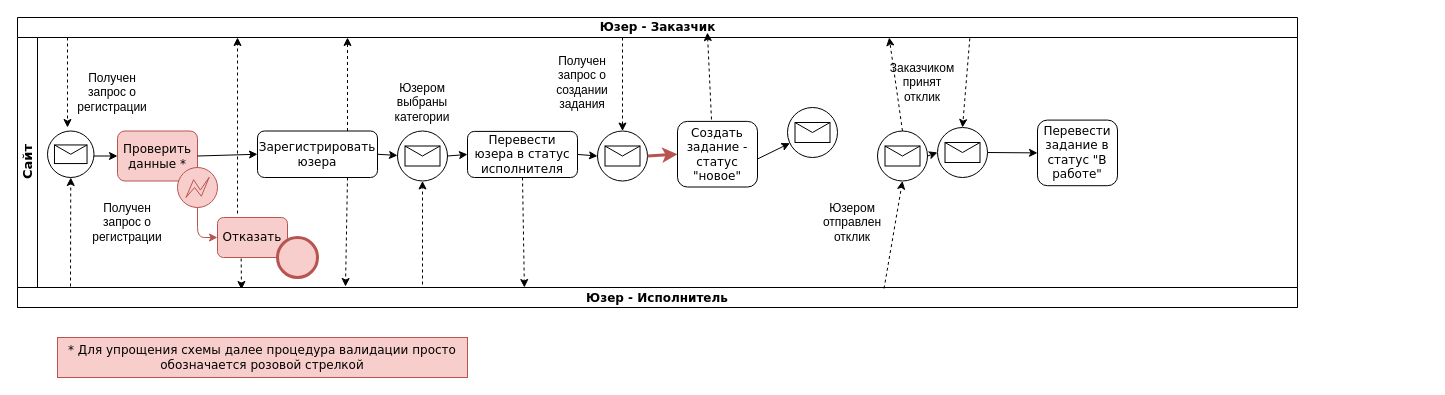
Earlier version of the draw.io diagram Untitled Diagram.drawio (htmlacademy-yii/1820637-task-force-1). Source tidied: cells renumbered, new cells numbered last; positions are measured from the earlier drawing's top-left corner, leaving out a move shared by most shapes. Both pictures are drawn from the tidied source at 100%, with x=0, y=0 at pixel (17, 17).
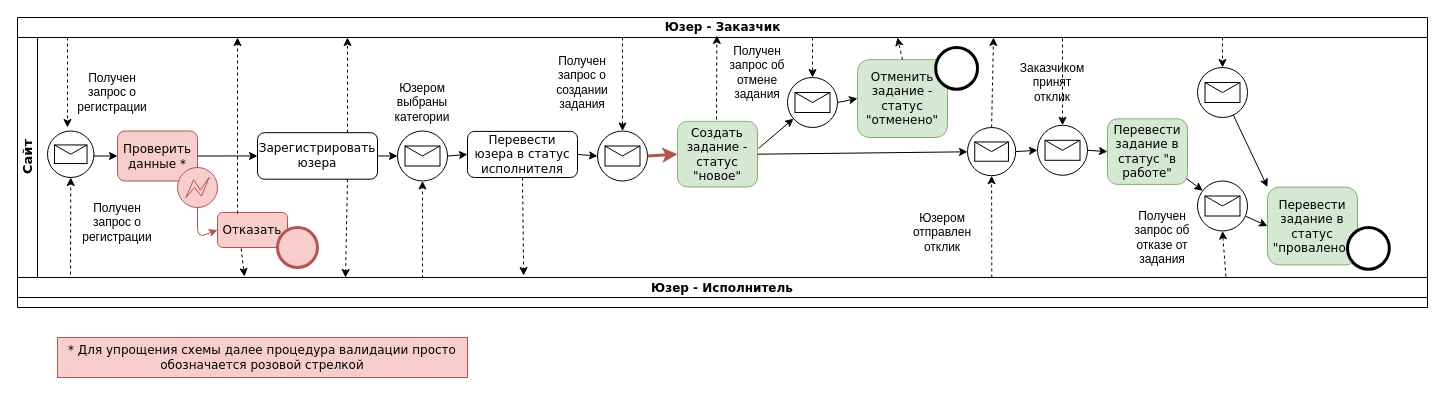
Above is the later version.

The change refers to these unchanged cells:
```xml
<mxCell id="20" value="Перевести юзера в статус исполнителя" style="rounded=1;whiteSpace=wrap;html=1;shadow=0;labelBackgroundColor=none;strokeWidth=1;fontFamily=Verdana;fontSize=12;align=center;" parent="6" vertex="1">
  <mxGeometry x="450" y="93.9" width="110" height="46.1" as="geometry" />
</mxCell>
```

The edit, as a diff of the source:
```diff
@@
     <mxCell id="2" value="&lt;font style=&quot;font-size: 12px&quot;&gt;Юзер - Заказчик&lt;/font&gt;" style="swimlane;html=1;horizontal=1;startSize=20;rounded=0;shadow=0;labelBackgroundColor=none;strokeWidth=1;fontFamily=Verdana;fontSize=12;align=center;" parent="1" vertex="1">
-      <mxGeometry width="1280" height="290" as="geometry" />
+      <mxGeometry width="1410" height="290" as="geometry" />
     </mxCell>
@@
     <mxCell id="4" style="endArrow=classic;html=1;dashed=1;fontSize=12;exitX=0.338;exitY=1.025;exitDx=0;exitDy=0;exitPerimeter=0;" parent="2" edge="1" source="16">
       <mxGeometry relative="1" as="geometry">
-        <mxPoint x="224" y="272" as="targetPoint" />
+        <mxPoint x="227" y="259" as="targetPoint" />
       </mxGeometry>
     </mxCell>
@@
     <mxCell id="6" value="&lt;div style=&quot;font-size: 13px&quot;&gt;&lt;font face=&quot;Verdana&quot;&gt;Сайт&lt;/font&gt;&lt;/div&gt;" style="swimlane;html=1;startSize=20;horizontal=0;fontSize=13;" parent="2" vertex="1">
-      <mxGeometry y="20" width="1280" height="250" as="geometry" />
+      <mxGeometry y="20" width="1410" height="240" as="geometry" />
     </mxCell>
@@
     <mxCell id="10" value="Получен запрос о регистрации" style="text;html=1;strokeColor=none;fillColor=none;align=center;verticalAlign=middle;whiteSpace=wrap;rounded=0;fontSize=12;" parent="6" vertex="1">
-      <mxGeometry x="70" y="160" width="80" height="50" as="geometry" />
+      <mxGeometry x="60" y="160" width="80" height="50" as="geometry" />
     </mxCell>
@@
     <mxCell id="13" value="Зарегистрировать юзера" style="rounded=1;whiteSpace=wrap;html=1;shadow=0;labelBackgroundColor=none;strokeWidth=1;fontFamily=Verdana;fontSize=12;align=center;" parent="6" vertex="1">
-      <mxGeometry x="240" y="93.5" width="120" height="46.5" as="geometry" />
+      <mxGeometry x="240" y="95.2" width="120" height="46.5" as="geometry" />
     </mxCell>
@@
     <mxCell id="16" value="Отказать" style="rounded=1;whiteSpace=wrap;html=1;shadow=0;labelBackgroundColor=none;strokeWidth=1;fontFamily=Verdana;fontSize=12;align=center;fillColor=#f8cecc;strokeColor=#b85450;" parent="6" vertex="1">
-      <mxGeometry x="200" y="180" width="70" height="40" as="geometry" />
+      <mxGeometry x="200" y="175" width="70" height="35" as="geometry" />
     </mxCell>
@@
     <mxCell id="22" style="shape=mxgraph.bpmn.event;html=1;verticalLabelPosition=bottom;labelBackgroundColor=#ffffff;verticalAlign=top;align=center;perimeter=ellipsePerimeter;outline=end;symbol=terminate2;fontFamily=Verdana;fontSize=12;fillColor=#f8cecc;strokeColor=#b85450;" parent="6" vertex="1">
-      <mxGeometry x="260" y="200" width="40" height="40" as="geometry" />
+      <mxGeometry x="260" y="190" width="40" height="40" as="geometry" />
     </mxCell>
@@
-    <mxCell id="26" value="Создать задание - статус &quot;новое&quot;" style="rounded=1;whiteSpace=wrap;html=1;shadow=0;labelBackgroundColor=none;strokeWidth=1;fontFamily=Verdana;fontSize=12;align=center;" parent="6" vertex="1">
+    <mxCell id="26" value="Создать задание - статус &quot;новое&quot;" style="rounded=1;whiteSpace=wrap;html=1;shadow=0;labelBackgroundColor=none;strokeWidth=1;fontFamily=Verdana;fontSize=12;align=center;fillColor=#d5e8d4;strokeColor=#82b366;" parent="6" vertex="1">
       <mxGeometry x="660" y="83.9" width="80" height="65.6" as="geometry" />
     </mxCell>
@@
     <mxCell id="28" value="Юзером отправлен отклик" style="text;html=1;strokeColor=none;fillColor=none;align=center;verticalAlign=middle;whiteSpace=wrap;rounded=0;fontSize=12;" parent="6" vertex="1">
-      <mxGeometry x="810" y="160" width="50" height="50" as="geometry" />
+      <mxGeometry x="900" y="170" width="50" height="50" as="geometry" />
     </mxCell>
     <mxCell id="29" style="points=[[0.145,0.145,0],[0.5,0,0],[0.855,0.145,0],[1,0.5,0],[0.855,0.855,0],[0.5,1,0],[0.145,0.855,0],[0,0.5,0]];shape=mxgraph.bpmn.event;html=1;verticalLabelPosition=bottom;labelBackgroundColor=#ffffff;verticalAlign=top;align=center;perimeter=ellipsePerimeter;outlineConnect=0;outline=standard;symbol=message;fontSize=12;" parent="6" vertex="1">
-      <mxGeometry x="920" y="90" width="50" height="50" as="geometry" />
+      <mxGeometry x="1020" y="87.8" width="50" height="50" as="geometry" />
     </mxCell>
     <mxCell id="30" style="points=[[0.145,0.145,0],[0.5,0,0],[0.855,0.145,0],[1,0.5,0],[0.855,0.855,0],[0.5,1,0],[0.145,0.855,0],[0,0.5,0]];shape=mxgraph.bpmn.event;html=1;verticalLabelPosition=bottom;labelBackgroundColor=#ffffff;verticalAlign=top;align=center;perimeter=ellipsePerimeter;outlineConnect=0;outline=standard;symbol=message;fontSize=12;" parent="6" vertex="1">
-      <mxGeometry x="860" y="93.5" width="50" height="50" as="geometry" />
+      <mxGeometry x="950" y="90" width="48.2" height="48.2" as="geometry" />
     </mxCell>
-    <mxCell id="31" style="endArrow=classic;html=1;fontSize=12;exitX=1;exitY=0.573;exitDx=0;exitDy=0;exitPerimeter=0;" parent="6" edge="1" source="26" target="36">
+    <mxCell id="31" style="endArrow=classic;html=1;fontSize=12;exitX=1.013;exitY=0.412;exitDx=0;exitDy=0;exitPerimeter=0;" parent="6" edge="1" source="26" target="36">
       <mxGeometry relative="1" as="geometry" />
     </mxCell>
@@
     <mxCell id="33" value="Заказчиком принят отклик" style="text;html=1;strokeColor=none;fillColor=none;align=center;verticalAlign=middle;whiteSpace=wrap;rounded=0;fontSize=12;" parent="6" vertex="1">
-      <mxGeometry x="880" y="20" width="50" height="50" as="geometry" />
+      <mxGeometry x="1010" y="20" width="50" height="50" as="geometry" />
     </mxCell>
-    <mxCell id="34" value="Перевести задание в статус &quot;В работе&quot;" style="rounded=1;whiteSpace=wrap;html=1;shadow=0;labelBackgroundColor=none;strokeWidth=1;fontFamily=Verdana;fontSize=12;align=center;" parent="6" vertex="1">
-      <mxGeometry x="1020" y="82.6" width="80" height="65.6" as="geometry" />
+    <mxCell id="34" value="Перевести задание в статус &quot;в работе&quot;" style="rounded=1;whiteSpace=wrap;html=1;shadow=0;labelBackgroundColor=none;strokeWidth=1;fontFamily=Verdana;fontSize=12;align=center;fillColor=#d5e8d4;strokeColor=#82b366;" parent="6" vertex="1">
+      <mxGeometry x="1090" y="81.3" width="80" height="65.6" as="geometry" />
     </mxCell>
@@
     <mxCell id="36" style="points=[[0.145,0.145,0],[0.5,0,0],[0.855,0.145,0],[1,0.5,0],[0.855,0.855,0],[0.5,1,0],[0.145,0.855,0],[0,0.5,0]];shape=mxgraph.bpmn.event;html=1;verticalLabelPosition=bottom;labelBackgroundColor=#ffffff;verticalAlign=top;align=center;perimeter=ellipsePerimeter;outlineConnect=0;outline=standard;symbol=message;fontSize=12;" parent="6" vertex="1">
-      <mxGeometry x="770" y="70" width="50" height="50" as="geometry" />
+      <mxGeometry x="770" y="40" width="50" height="50" as="geometry" />
     </mxCell>
+    <mxCell id="49" value="Получен запрос об отмене задания" style="text;html=1;strokeColor=none;fillColor=none;align=center;verticalAlign=middle;whiteSpace=wrap;rounded=0;fontSize=12;" parent="6" vertex="1">
+      <mxGeometry x="710" y="10" width="60" height="50" as="geometry" />
+    </mxCell>
+    <mxCell id="50" value="Отменить задание - статус &quot;отменено&quot;" style="rounded=1;whiteSpace=wrap;html=1;shadow=0;labelBackgroundColor=none;strokeWidth=1;fontFamily=Verdana;fontSize=12;align=center;fillColor=#d5e8d4;strokeColor=#82b366;" parent="6" vertex="1">
+      <mxGeometry x="840" y="22.2" width="90" height="77.8" as="geometry" />
+    </mxCell>
+    <mxCell id="51" style="endArrow=classic;html=1;fontSize=12;exitX=1;exitY=0.5;exitDx=0;exitDy=0;exitPerimeter=0;" parent="6" edge="1" source="36">
+      <mxGeometry relative="1" as="geometry">
+        <mxPoint x="840" y="61" as="targetPoint" />
+      </mxGeometry>
+    </mxCell>
+    <mxCell id="52" style="shape=mxgraph.bpmn.event;html=1;verticalLabelPosition=bottom;labelBackgroundColor=#ffffff;verticalAlign=top;align=center;perimeter=ellipsePerimeter;outline=end;symbol=terminate2;fontFamily=Verdana;fontSize=12;" parent="6" vertex="1">
+      <mxGeometry x="918.2" y="10" width="41.8" height="41.8" as="geometry" />
+    </mxCell>
+    <mxCell id="53" style="endArrow=classic;html=1;fontSize=12;exitX=1;exitY=0.5;exitDx=0;exitDy=0;" parent="6" edge="1" source="26" target="30">
+      <mxGeometry relative="1" as="geometry" />
+    </mxCell>
+    <mxCell id="54" style="points=[[0.145,0.145,0],[0.5,0,0],[0.855,0.145,0],[1,0.5,0],[0.855,0.855,0],[0.5,1,0],[0.145,0.855,0],[0,0.5,0]];shape=mxgraph.bpmn.event;html=1;verticalLabelPosition=bottom;labelBackgroundColor=#ffffff;verticalAlign=top;align=center;perimeter=ellipsePerimeter;outlineConnect=0;outline=standard;symbol=message;fontSize=12;" parent="6" vertex="1">
+      <mxGeometry x="1180" y="143.5" width="50" height="50" as="geometry" />
+    </mxCell>
+    <mxCell id="55" value="Получен запрос об отказе от задания" style="text;html=1;strokeColor=none;fillColor=none;align=center;verticalAlign=middle;whiteSpace=wrap;rounded=0;fontSize=12;" parent="6" vertex="1">
+      <mxGeometry x="1110" y="175" width="70" height="50" as="geometry" />
+    </mxCell>
+    <mxCell id="56" value="Перевести задание в статус &quot;провалено&quot;" style="rounded=1;whiteSpace=wrap;html=1;shadow=0;labelBackgroundColor=none;strokeWidth=1;fontFamily=Verdana;fontSize=12;align=center;fillColor=#d5e8d4;strokeColor=#82b366;" parent="6" vertex="1">
+      <mxGeometry x="1250" y="149.6" width="90" height="77.8" as="geometry" />
+    </mxCell>
+    <mxCell id="57" style="shape=mxgraph.bpmn.event;html=1;verticalLabelPosition=bottom;labelBackgroundColor=#ffffff;verticalAlign=top;align=center;perimeter=ellipsePerimeter;outline=end;symbol=terminate2;fontFamily=Verdana;fontSize=12;" parent="6" vertex="1">
+      <mxGeometry x="1330" y="190" width="41.8" height="41.8" as="geometry" />
+    </mxCell>
+    <mxCell id="58" style="endArrow=classic;html=1;fontSize=12;entryX=0;entryY=0.5;entryDx=0;entryDy=0;" parent="6" edge="1" source="54" target="56">
+      <mxGeometry relative="1" as="geometry" />
+    </mxCell>
+    <mxCell id="59" style="endArrow=classic;html=1;fontSize=12;exitX=0.988;exitY=0.91;exitDx=0;exitDy=0;exitPerimeter=0;" parent="6" edge="1" source="34" target="54">
+      <mxGeometry relative="1" as="geometry" />
+    </mxCell>
+    <mxCell id="60" style="points=[[0.145,0.145,0],[0.5,0,0],[0.855,0.145,0],[1,0.5,0],[0.855,0.855,0],[0.5,1,0],[0.145,0.855,0],[0,0.5,0]];shape=mxgraph.bpmn.event;html=1;verticalLabelPosition=bottom;labelBackgroundColor=#ffffff;verticalAlign=top;align=center;perimeter=ellipsePerimeter;outlineConnect=0;outline=standard;symbol=message;fontSize=12;" parent="6" vertex="1">
+      <mxGeometry x="1180" y="30" width="50" height="50" as="geometry" />
+    </mxCell>
+    <mxCell id="61" style="endArrow=classic;html=1;fontSize=12;entryX=0;entryY=0;entryDx=0;entryDy=0;" parent="6" edge="1" source="60" target="56">
+      <mxGeometry relative="1" as="geometry" />
+    </mxCell>
     <mxCell id="37" value="Юзер - Исполнитель" style="swimlane;fontSize=12;startSize=23;fontFamily=Verdana;" parent="2" vertex="1">
-      <mxGeometry y="270" width="1280" height="20" as="geometry" />
+      <mxGeometry y="260" width="1410" height="20" as="geometry" />
     </mxCell>
     <mxCell id="38" style="endArrow=classic;html=1;dashed=1;fontSize=12;exitX=0.75;exitY=1;exitDx=0;exitDy=0;" parent="2" edge="1" source="13">
       <mxGeometry relative="1" as="geometry">
-        <mxPoint x="328" y="269" as="targetPoint" />
+        <mxPoint x="328" y="260" as="targetPoint" />
       </mxGeometry>
     </mxCell>
-    <mxCell id="39" style="endArrow=classic;html=1;dashed=1;fontSize=12;exitX=0.5;exitY=1;exitDx=0;exitDy=0;entryX=0.396;entryY=0;entryDx=0;entryDy=0;entryPerimeter=0;" parent="2" edge="1" source="20" target="37">
+    <mxCell id="39" style="endArrow=classic;html=1;dashed=1;fontSize=12;exitX=0.5;exitY=1;exitDx=0;exitDy=0;entryX=0.359;entryY=-0.1;entryDx=0;entryDy=0;entryPerimeter=0;" parent="2" edge="1" source="20" target="37">
       <mxGeometry relative="1" as="geometry" />
     </mxCell>
-    <mxCell id="40" style="endArrow=classic;html=1;dashed=1;fontSize=12;exitX=0.425;exitY=-0.03;exitDx=0;exitDy=0;entryX=0.539;entryY=0.052;entryDx=0;entryDy=0;entryPerimeter=0;exitPerimeter=0;" parent="2" edge="1" source="26" target="2">
-      <mxGeometry relative="1" as="geometry" />
+    <mxCell id="40" style="endArrow=classic;html=1;dashed=1;fontSize=12;entryX=0.496;entryY=0.062;entryDx=0;entryDy=0;entryPerimeter=0;" parent="2" edge="1" target="2">
+      <mxGeometry relative="1" as="geometry">
+        <mxPoint x="699" y="102" as="sourcePoint" />
+      </mxGeometry>
     </mxCell>
-    <mxCell id="41" style="endArrow=classic;html=1;dashed=1;fontSize=12;entryX=0.5;entryY=0;entryDx=0;entryDy=0;entryPerimeter=0;exitX=0.744;exitY=0.072;exitDx=0;exitDy=0;exitPerimeter=0;" parent="2" edge="1" source="2" target="29">
-      <mxGeometry relative="1" as="geometry" />
+    <mxCell id="41" style="endArrow=classic;html=1;dashed=1;fontSize=12;entryX=0.5;entryY=0;entryDx=0;entryDy=0;entryPerimeter=0;" parent="2" edge="1" target="29">
+      <mxGeometry relative="1" as="geometry">
+        <mxPoint x="1045" y="21" as="sourcePoint" />
+      </mxGeometry>
     </mxCell>
-    <mxCell id="42" style="endArrow=classic;html=1;dashed=1;fontSize=12;entryX=0.5;entryY=1;entryDx=0;entryDy=0;entryPerimeter=0;exitX=0.677;exitY=0.05;exitDx=0;exitDy=0;exitPerimeter=0;" parent="2" edge="1" source="37" target="30">
+    <mxCell id="42" style="endArrow=classic;html=1;dashed=1;fontSize=12;entryX=0.5;entryY=1;entryDx=0;entryDy=0;entryPerimeter=0;exitX=0.691;exitY=0;exitDx=0;exitDy=0;exitPerimeter=0;" parent="2" edge="1" source="37" target="30">
       <mxGeometry relative="1" as="geometry" />
     </mxCell>
-    <mxCell id="43" style="endArrow=classic;html=1;dashed=1;fontSize=12;exitX=0.5;exitY=0;exitDx=0;exitDy=0;entryX=0.681;entryY=0.069;entryDx=0;entryDy=0;entryPerimeter=0;exitPerimeter=0;" parent="2" edge="1" source="30" target="2">
-      <mxGeometry relative="1" as="geometry" />
+    <mxCell id="43" style="endArrow=classic;html=1;dashed=1;fontSize=12;exitX=0.5;exitY=0;exitDx=0;exitDy=0;exitPerimeter=0;" parent="2" edge="1" source="30">
+      <mxGeometry relative="1" as="geometry">
+        <mxPoint x="976" y="20" as="targetPoint" />
+      </mxGeometry>
     </mxCell>
+    <mxCell id="62" style="endArrow=classic;html=1;dashed=1;fontSize=12;entryX=0.5;entryY=0;entryDx=0;entryDy=0;entryPerimeter=0;" parent="2" edge="1" target="36">
+      <mxGeometry relative="1" as="geometry">
+        <mxPoint x="795" y="20" as="sourcePoint" />
+      </mxGeometry>
+    </mxCell>
+    <mxCell id="63" style="endArrow=classic;html=1;dashed=1;fontSize=12;entryX=0.5;entryY=1;entryDx=0;entryDy=0;entryPerimeter=0;exitX=0.857;exitY=-0.05;exitDx=0;exitDy=0;exitPerimeter=0;" parent="2" edge="1" source="37" target="54">
+      <mxGeometry relative="1" as="geometry" />
+    </mxCell>
@@
+    <mxCell id="64" style="endArrow=classic;html=1;dashed=1;fontSize=12;exitX=0.5;exitY=0;exitDx=0;exitDy=0;" parent="1" edge="1" source="50">
+      <mxGeometry relative="1" as="geometry">
+        <mxPoint x="880" y="20" as="targetPoint" />
+      </mxGeometry>
+    </mxCell>
+    <mxCell id="65" style="endArrow=classic;html=1;dashed=1;fontSize=12;entryX=0.5;entryY=0;entryDx=0;entryDy=0;entryPerimeter=0;" parent="1" edge="1" target="60">
+      <mxGeometry relative="1" as="geometry">
+        <mxPoint x="1205" y="20" as="sourcePoint" />
+      </mxGeometry>
+    </mxCell>
```
